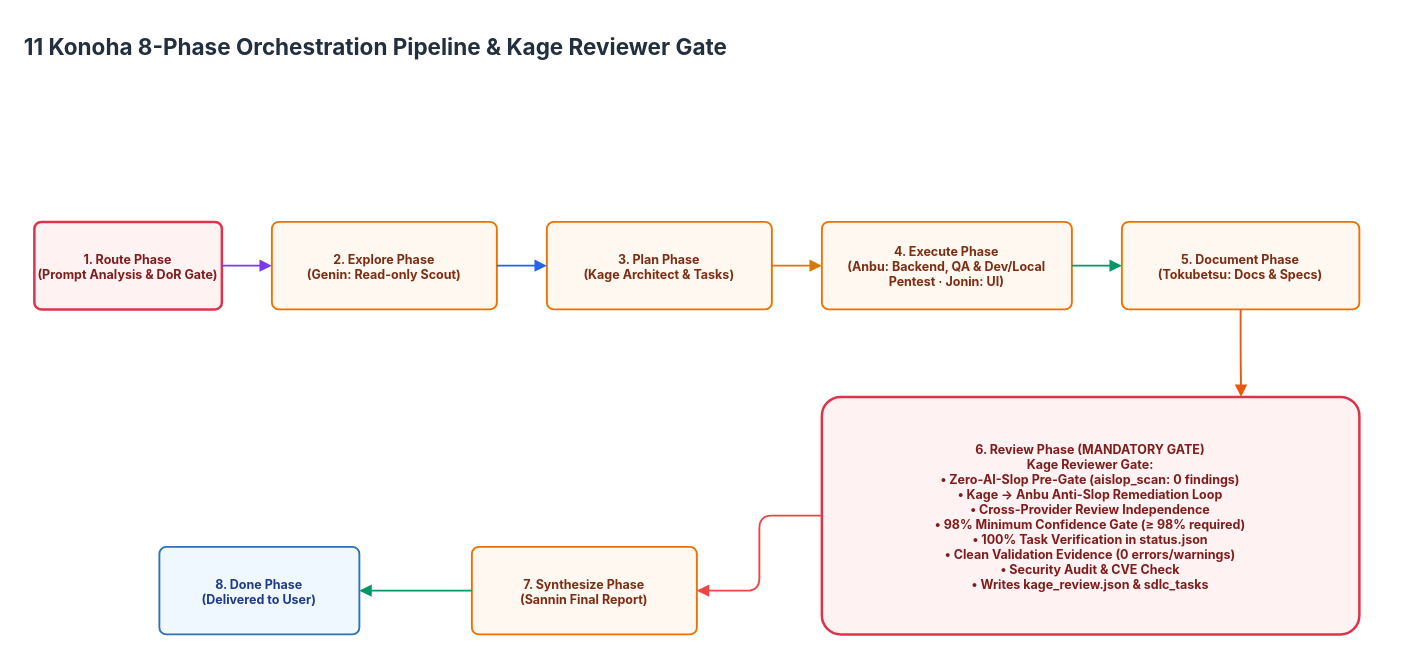
Above: page "11 Kage Pre-Delivery Reviewer Workflow Gate" (11 of 15) of docs/diagrams/konoha-enterprise-architecture.drawio in andycungkrinx91/konoha (draw.io), before the change. Source tidied: cells renumbered, new cells numbered last; positions are measured from the earlier drawing's top-left corner, leaving out a move shared by most shapes. Both pictures are drawn from the tidied source at 125%, with x=0, y=0 at pixel (21, 21).
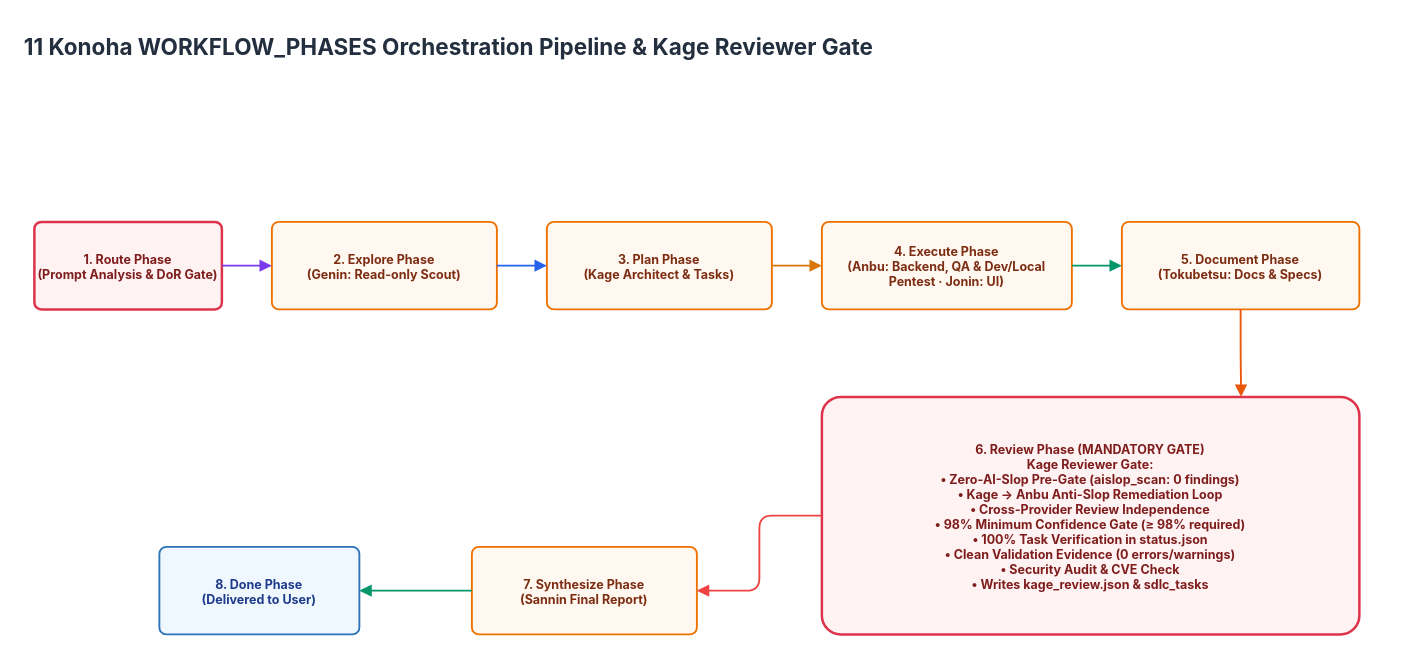
Above is the later version.

What changed in the source:
```diff
@@
 <mxGraphModel>
   <root>
     <mxCell id="0" />
     <mxCell id="1" parent="0" />
-    <mxCell id="2" value="11 Konoha 8-Phase Orchestration Pipeline &amp; Kage Reviewer Gate" style="text;html=1;strokeColor=none;fillColor=none;fontFamily=Inter, system-ui, -apple-system;fontSize=18;fontStyle=1;fontColor=#232F3E;align=left;verticalAlign=middle;" parent="1" vertex="1">
+    <mxCell id="2" value="11 Konoha WORKFLOW_PHASES Orchestration Pipeline &amp; Kage Reviewer Gate" style="text;html=1;strokeColor=none;fillColor=none;fontFamily=Inter, system-ui, -apple-system;fontSize=18;fontStyle=1;fontColor=#232F3E;align=left;verticalAlign=middle;" parent="1" vertex="1">
       <mxGeometry width="1100" height="40" as="geometry" />
     </mxCell>
     <mxCell id="3" value="1. Route Phase&#10;(Prompt Analysis &amp; DoR Gate)" style="rounded=1;arcSize=8;html=1;whiteSpace=wrap;fillColor=#FEF2F2;strokeColor=#DD344C;strokeWidth=2;fontFamily=Inter, system-ui, -apple-system;fontSize=10;fontColor=#7F1D1D;fontStyle=1;shadow=0;" parent="1" vertex="1">
       <mxGeometry x="10" y="160" width="150" height="70" as="geometry" />
     </mxCell>
     <mxCell id="4" value="2. Explore Phase&#10;(Genin: Read-only Scout)" style="rounded=1;arcSize=8;html=1;whiteSpace=wrap;fillColor=#FFF8F1;strokeColor=#ED7100;strokeWidth=1.5;fontFamily=Inter, system-ui, -apple-system;fontSize=10;fontColor=#7C2D12;fontStyle=1;shadow=0;" parent="1" vertex="1">
       <mxGeometry x="200" y="160" width="180" height="70" as="geometry" />
     </mxCell>
     <mxCell id="5" value="3. Plan Phase&#10;(Kage Architect &amp; Tasks)" style="rounded=1;arcSize=8;html=1;whiteSpace=wrap;fillColor=#FFF8F1;strokeColor=#ED7100;strokeWidth=1.5;fontFamily=Inter, system-ui, -apple-system;fontSize=10;fontColor=#7C2D12;fontStyle=1;shadow=0;" parent="1" vertex="1">
       <mxGeometry x="420" y="160" width="180" height="70" as="geometry" />
     </mxCell>
     <mxCell id="6" value="4. Execute Phase&#10;(Anbu: Backend, QA &amp; Dev/Local Pentest · Jonin: UI)" style="rounded=1;arcSize=8;html=1;whiteSpace=wrap;fillColor=#FFF8F1;strokeColor=#ED7100;strokeWidth=1.5;fontFamily=Inter, system-ui, -apple-system;fontSize=10;fontColor=#7C2D12;fontStyle=1;shadow=0;" parent="1" vertex="1">
       <mxGeometry x="640" y="160" width="200" height="70" as="geometry" />
     </mxCell>
     <mxCell id="7" value="5. Document Phase&#10;(Tokubetsu: Docs &amp; Specs)" style="rounded=1;arcSize=8;html=1;whiteSpace=wrap;fillColor=#FFF8F1;strokeColor=#ED7100;strokeWidth=1.5;fontFamily=Inter, system-ui, -apple-system;fontSize=10;fontColor=#7C2D12;fontStyle=1;shadow=0;" parent="1" vertex="1">
       <mxGeometry x="880" y="160" width="190" height="70" as="geometry" />
     </mxCell>
     <mxCell id="8" value="6. Review Phase (MANDATORY GATE)&#10;Kage Reviewer Gate:&#10;• Zero-AI-Slop Pre-Gate (aislop_scan: 0 findings)&#10;• Kage → Anbu Anti-Slop Remediation Loop&#10;• Cross-Provider Review Independence&#10;• 98% Minimum Confidence Gate (≥ 98% required)&#10;• 100% Task Verification in status.json&#10;• Clean Validation Evidence (0 errors/warnings)&#10;• Security Audit &amp; CVE Check&#10;• Writes kage_review.json &amp; sdlc_tasks" style="rounded=1;arcSize=8;html=1;whiteSpace=wrap;fillColor=#FEF2F2;strokeColor=#DD344C;strokeWidth=2;fontFamily=Inter, system-ui, -apple-system;fontSize=10;fontColor=#7F1D1D;fontStyle=1;shadow=0;" parent="1" vertex="1">
       <mxGeometry x="640" y="300" width="430" height="190" as="geometry" />
     </mxCell>
     <mxCell id="9" value="7. Synthesize Phase&#10;(Sannin Final Report)" style="rounded=1;arcSize=8;html=1;whiteSpace=wrap;fillColor=#FFF8F1;strokeColor=#ED7100;strokeWidth=1.5;fontFamily=Inter, system-ui, -apple-system;fontSize=10;fontColor=#7C2D12;fontStyle=1;shadow=0;" parent="1" vertex="1">
       <mxGeometry x="360" y="420" width="180" height="70" as="geometry" />
     </mxCell>
     <mxCell id="10" value="8. Done Phase&#10;(Delivered to User)" style="rounded=1;arcSize=8;html=1;whiteSpace=wrap;fillColor=#F0F8FF;strokeColor=#2E73B8;strokeWidth=1.5;fontFamily=Inter, system-ui, -apple-system;fontSize=10;fontColor=#1E3A8A;fontStyle=1;shadow=0;" parent="1" vertex="1">
       <mxGeometry x="110" y="420" width="160" height="70" as="geometry" />
     </mxCell>
     <mxCell id="11" style="edgeStyle=orthogonalEdgeStyle;rounded=1;jettySize=auto;html=1;strokeColor=#7c3aed;strokeWidth=1.5;endArrow=block;endFill=1;fontFamily=Inter, system-ui, -apple-system;fontSize=10;fontColor=#232F3E;labelBackgroundColor=#FFFFFF;" parent="1" edge="1" source="3" target="4">
       <mxGeometry relative="1" as="geometry" />
     </mxCell>
     <mxCell id="12" style="edgeStyle=orthogonalEdgeStyle;rounded=1;jettySize=auto;html=1;strokeColor=#2563eb;strokeWidth=1.5;endArrow=block;endFill=1;fontFamily=Inter, system-ui, -apple-system;fontSize=10;fontColor=#232F3E;labelBackgroundColor=#FFFFFF;" parent="1" edge="1" source="4" target="5">
       <mxGeometry relative="1" as="geometry" />
     </mxCell>
     <mxCell id="13" style="edgeStyle=orthogonalEdgeStyle;rounded=1;jettySize=auto;html=1;strokeColor=#d97706;strokeWidth=1.5;endArrow=block;endFill=1;fontFamily=Inter, system-ui, -apple-system;fontSize=10;fontColor=#232F3E;labelBackgroundColor=#FFFFFF;" parent="1" edge="1" source="5" target="6">
       <mxGeometry relative="1" as="geometry" />
     </mxCell>
     <mxCell id="14" style="edgeStyle=orthogonalEdgeStyle;rounded=1;jettySize=auto;html=1;strokeColor=#059669;strokeWidth=1.5;endArrow=block;endFill=1;exitX=1;exitY=0.5;entryX=0;entryY=0.5;fontFamily=Inter, system-ui, -apple-system;fontSize=10;fontColor=#232F3E;labelBackgroundColor=#FFFFFF;" parent="1" edge="1" source="6" target="7">
       <mxGeometry relative="1" as="geometry" />
     </mxCell>
     <mxCell id="15" style="edgeStyle=orthogonalEdgeStyle;rounded=1;jettySize=auto;html=1;strokeColor=#ea580c;strokeWidth=1.5;endArrow=block;endFill=1;exitX=0.5;exitY=1;entryX=0.78;entryY=0;fontFamily=Inter, system-ui, -apple-system;fontSize=10;fontColor=#232F3E;labelBackgroundColor=#FFFFFF;" parent="1" edge="1" source="7" target="8">
       <mxGeometry relative="1" as="geometry" />
     </mxCell>
     <mxCell id="16" style="edgeStyle=orthogonalEdgeStyle;rounded=1;jettySize=auto;html=1;strokeColor=#ef4444;strokeWidth=1.5;endArrow=block;endFill=1;fontFamily=Inter, system-ui, -apple-system;fontSize=10;fontColor=#232F3E;labelBackgroundColor=#FFFFFF;" parent="1" edge="1" source="8" target="9">
       <mxGeometry relative="1" as="geometry" />
     </mxCell>
     <mxCell id="17" style="edgeStyle=orthogonalEdgeStyle;rounded=1;jettySize=auto;html=1;strokeColor=#059669;strokeWidth=1.5;endArrow=block;endFill=1;fontFamily=Inter, system-ui, -apple-system;fontSize=10;fontColor=#232F3E;labelBackgroundColor=#FFFFFF;" parent="1" edge="1" source="9" target="10">
       <mxGeometry relative="1" as="geometry" />
     </mxCell>
   </root>
 </mxGraphModel>
```
